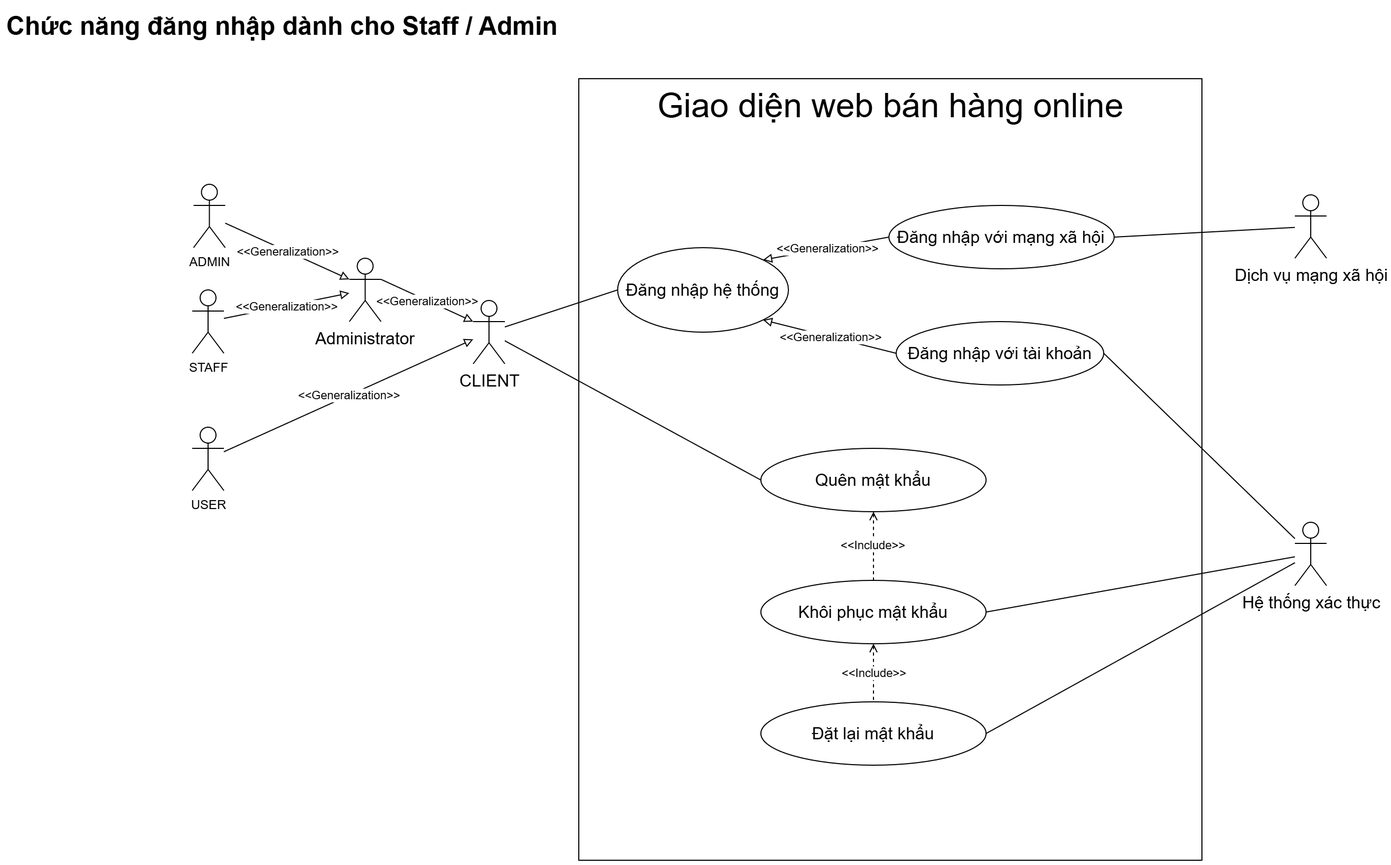
Earlier version of the draw.io export usecase/Usecase_Login.png (hungtran3011/SAD-uml). Source tidied: cells renumbered, new cells last; positions are measured from the earlier drawing's top-left corner, leaving out a move shared by most shapes.
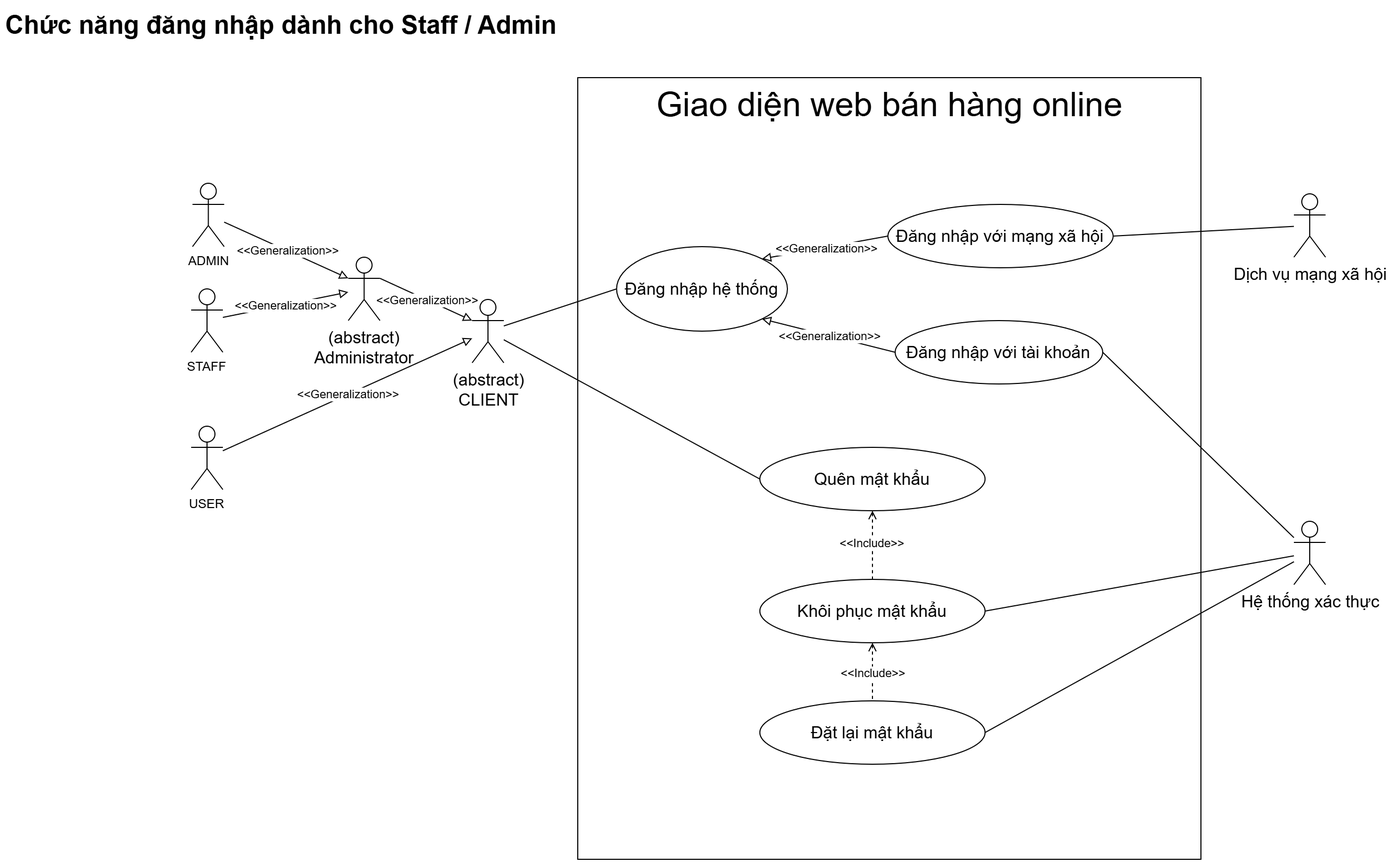
After the change.

What changed in the source:
```diff
@@ -11,7 +11,7 @@
     <mxCell id="4" style="rounded=0;jettySize=auto;html=1;entryX=0;entryY=0.5;entryDx=0;entryDy=0;endArrow=none;startFill=0;" parent="1" edge="1" source="5" target="25">
       <mxGeometry relative="1" as="geometry" />
     </mxCell>
-    <mxCell id="5" value="CLIENT" style="shape=umlActor;verticalLabelPosition=bottom;verticalAlign=top;html=1;outlineConnect=0;fontSize=16;" parent="1" vertex="1">
+    <mxCell id="5" value="(abstract)&lt;div&gt;CLIENT&lt;/div&gt;" style="shape=umlActor;verticalLabelPosition=bottom;verticalAlign=top;html=1;outlineConnect=0;fontSize=16;" parent="1" vertex="1">
       <mxGeometry x="443.5" y="280" width="30" height="60" as="geometry" />
     </mxCell>
     <mxCell id="6" value="ADMIN" style="shape=umlActor;verticalLabelPosition=bottom;verticalAlign=top;html=1;outlineConnect=0;" parent="1" vertex="1">
@@ -104,7 +104,7 @@
     <mxCell id="35" value="Hệ thống xác thực" style="shape=umlActor;verticalLabelPosition=bottom;verticalAlign=top;html=1;outlineConnect=0;fontSize=16;" parent="1" vertex="1">
       <mxGeometry x="1221.5" y="490" width="30" height="60" as="geometry" />
     </mxCell>
-    <mxCell id="36" value="Administrator" style="shape=umlActor;verticalLabelPosition=bottom;verticalAlign=top;html=1;outlineConnect=0;fontSize=16;" parent="1" vertex="1">
+    <mxCell id="36" value="(abstract)&lt;div&gt;Administrator&lt;/div&gt;" style="shape=umlActor;verticalLabelPosition=bottom;verticalAlign=top;html=1;outlineConnect=0;fontSize=16;" parent="1" vertex="1">
       <mxGeometry x="326.2" y="240" width="30" height="60" as="geometry" />
     </mxCell>
     <mxCell id="37" style="rounded=0;jettySize=auto;html=1;endArrow=block;endFill=0;exitX=1;exitY=0.3333333333333333;exitDx=0;exitDy=0;exitPerimeter=0;entryX=0;entryY=0.3333333333333333;entryDx=0;entryDy=0;entryPerimeter=0;" parent="1" edge="1" source="36" target="5">
```
